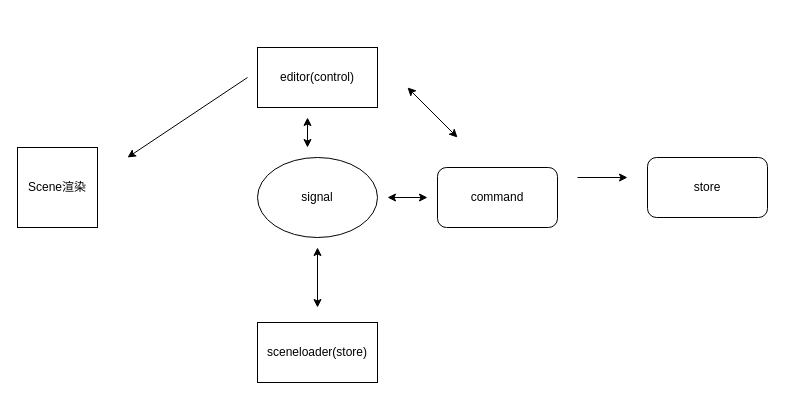
Earlier version of the draw.io diagram editor.drawio (hiotk/umldiagrams). Source tidied: cells renumbered, new cells numbered last; positions are measured from the earlier drawing's top-left corner, leaving out a move shared by most shapes. Both pictures are drawn from the tidied source at 100%, with x=0, y=0 at pixel (17, 47).
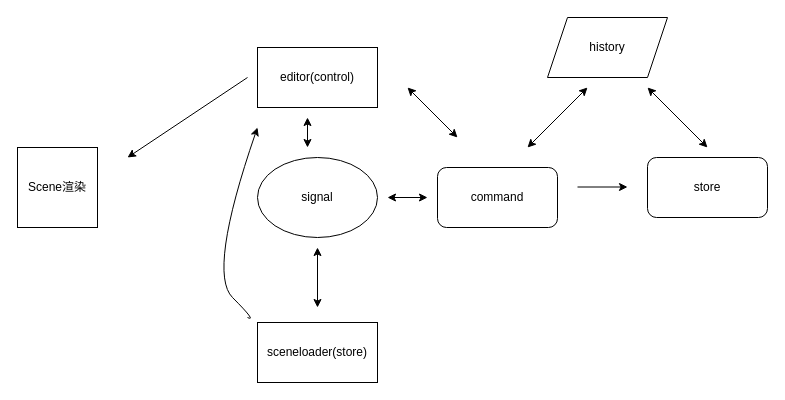
After the change.

The edit, as a diff of the source:
```diff
@@
     <mxCell id="9" style="endArrow=classic;html=1;rounded=0;" parent="1" edge="1">
       <mxGeometry relative="1" as="geometry">
-        <mxPoint x="560" y="130" as="sourcePoint" />
-        <mxPoint x="610" y="130" as="targetPoint" />
+        <mxPoint x="560" y="139.5" as="sourcePoint" />
+        <mxPoint x="610" y="139.5" as="targetPoint" />
       </mxGeometry>
     </mxCell>
@@
+    <mxCell id="14" value="history" style="shape=parallelogram;perimeter=parallelogramPerimeter;whiteSpace=wrap;html=1;fixedSize=1;" parent="1" vertex="1">
+      <mxGeometry x="530" y="-30" width="120" height="60" as="geometry" />
+    </mxCell>
+    <mxCell id="15" style="endArrow=classic;startArrow=classic;html=1;rounded=0;" parent="1" edge="1">
+      <mxGeometry relative="1" as="geometry">
+        <mxPoint x="510" y="100" as="sourcePoint" />
+        <mxPoint x="570" y="40" as="targetPoint" />
+      </mxGeometry>
+    </mxCell>
+    <mxCell id="16" style="curved=1;endArrow=classic;html=1;rounded=0;" parent="1" edge="1">
+      <mxGeometry relative="1" as="geometry">
+        <mxPoint x="230" y="270" as="sourcePoint" />
+        <mxPoint x="240" y="80" as="targetPoint" />
+        <Array as="points">
+          <mxPoint x="240" y="275" />
+          <mxPoint x="190" y="225" />
+        </Array>
+      </mxGeometry>
+    </mxCell>
+    <mxCell id="17" style="endArrow=classic;startArrow=classic;html=1;rounded=0;" parent="1" edge="1">
+      <mxGeometry relative="1" as="geometry">
+        <mxPoint x="690" y="100" as="sourcePoint" />
+        <mxPoint x="630" y="40" as="targetPoint" />
+      </mxGeometry>
+    </mxCell>
```
